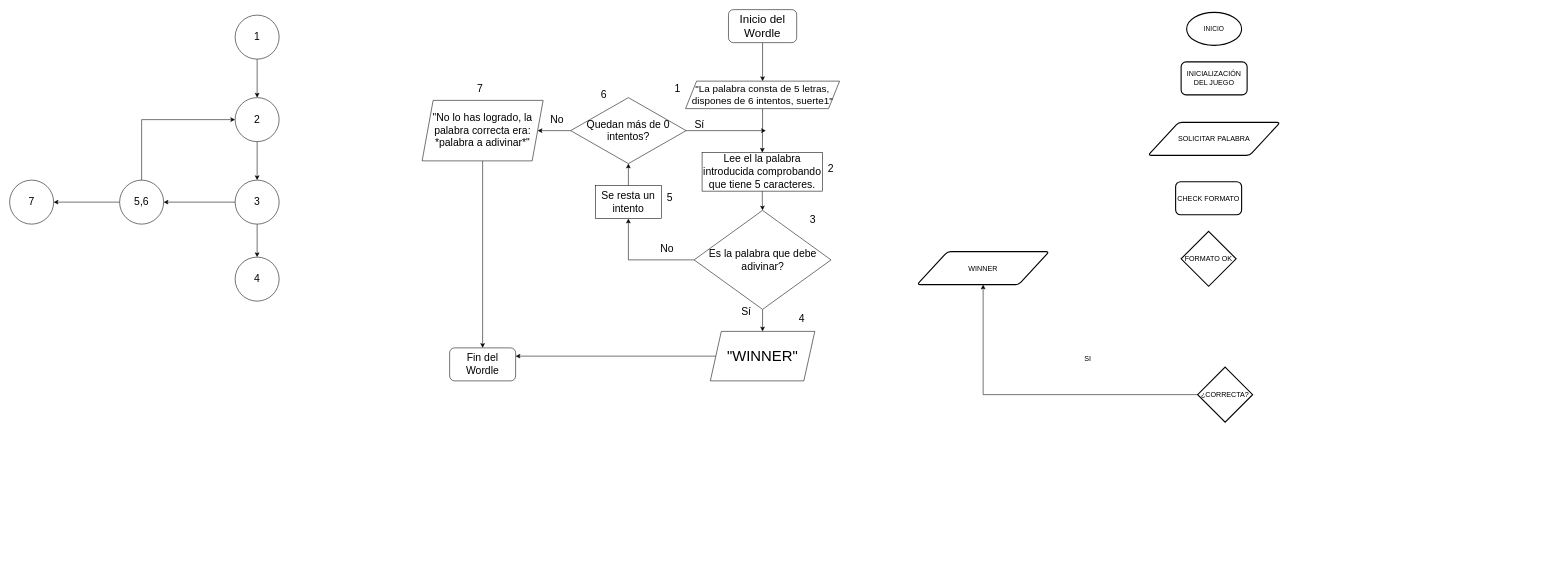
Before: Wordle.drawio in AlejandroMFGithub/FlujoWordle, a draw.io diagram. Source tidied: cells renumbered, new cells numbered last; positions are measured from the earlier drawing's top-left corner, leaving out a move shared by most shapes. Both pictures are drawn from the tidied source at 55%, with x=0, y=0 at pixel (9, 9).
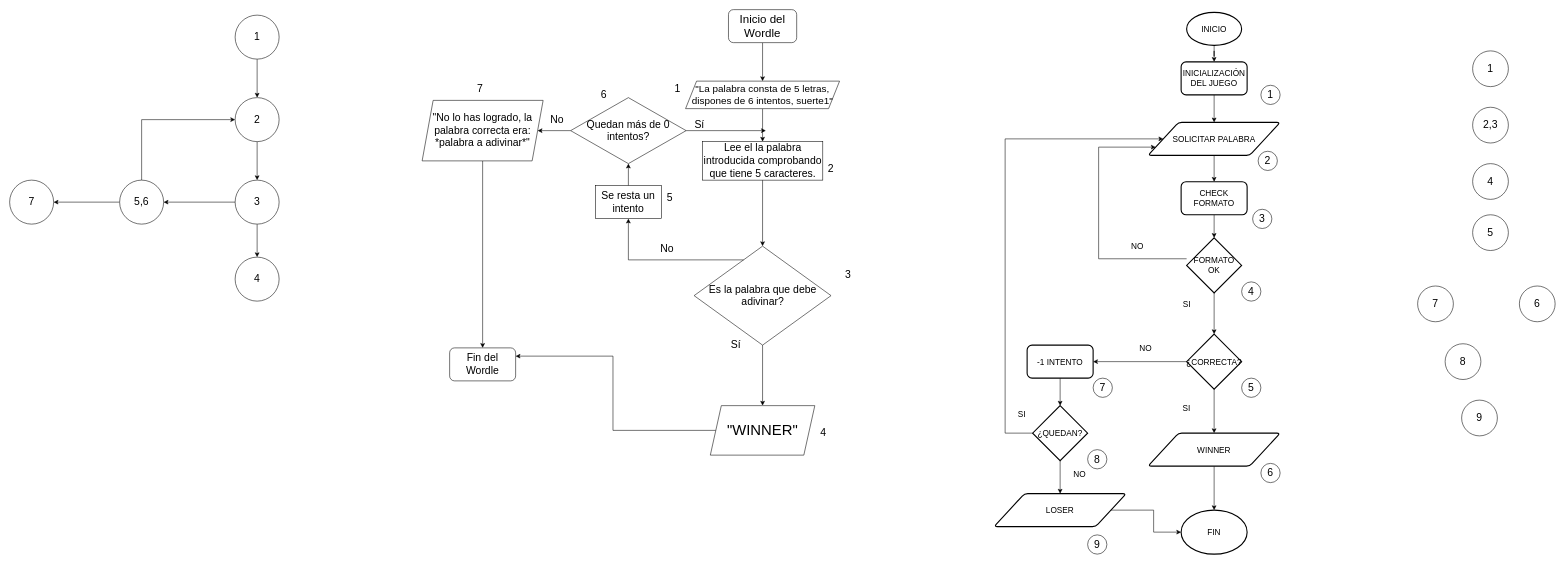
The same page after the edit.

Change to the diagram source:
```diff
@@
     <mxCell id="7" value="&lt;font style=&quot;font-size: 19px;&quot;&gt;Lee el la palabra introducida comprobando que tiene 5 caracteres.&lt;/font&gt;" style="rounded=0;whiteSpace=wrap;html=1;" parent="1" vertex="1">
-      <mxGeometry x="1259" y="260" width="219" height="70" as="geometry" />
+      <mxGeometry x="1259.5" y="240" width="219" height="70" as="geometry" />
     </mxCell>
@@
     <mxCell id="10" value="&lt;font style=&quot;font-size: 19px;&quot;&gt;Es la palabra que debe adivinar?&lt;/font&gt;" style="rhombus;whiteSpace=wrap;html=1;" parent="1" vertex="1">
-      <mxGeometry x="1244.5" y="365" width="249" height="180" as="geometry" />
+      <mxGeometry x="1244.5" y="430" width="249" height="180" as="geometry" />
     </mxCell>
@@
     <mxCell id="24" value="&lt;font style=&quot;font-size: 27px;&quot;&gt;&quot;WINNER&quot;&lt;/font&gt;" style="shape=parallelogram;perimeter=parallelogramPerimeter;whiteSpace=wrap;html=1;fixedSize=1;" parent="1" vertex="1">
-      <mxGeometry x="1274" y="585" width="190" height="90" as="geometry" />
+      <mxGeometry x="1274" y="720" width="190" height="90" as="geometry" />
     </mxCell>
     <mxCell id="25" value="&lt;font style=&quot;font-size: 19px;&quot;&gt;Sí&lt;/font&gt;" style="text;html=1;align=center;verticalAlign=middle;strokeColor=none;fillColor=none;" parent="1" vertex="1">
-      <mxGeometry x="1319" y="530" width="40" height="40" as="geometry" />
+      <mxGeometry x="1300" y="590" width="40" height="40" as="geometry" />
     </mxCell>
@@
     <mxCell id="41" value="&lt;font style=&quot;font-size: 19px;&quot;&gt;3&lt;/font&gt;" style="text;html=1;align=center;verticalAlign=middle;strokeColor=none;fillColor=none;" parent="1" vertex="1">
-      <mxGeometry x="1445" y="363" width="30" height="40" as="geometry" />
+      <mxGeometry x="1509" y="463" width="30" height="40" as="geometry" />
     </mxCell>
     <mxCell id="42" value="&lt;font style=&quot;font-size: 19px;&quot;&gt;4&lt;/font&gt;" style="text;html=1;align=center;verticalAlign=middle;strokeColor=none;fillColor=none;" parent="1" vertex="1">
-      <mxGeometry x="1425" y="543" width="30" height="40" as="geometry" />
+      <mxGeometry x="1464" y="750" width="30" height="40" as="geometry" />
     </mxCell>
@@
+    <mxCell id="55" style="edgeStyle=orthogonalEdgeStyle;rounded=0;jettySize=auto;html=1;fontSize=15;" parent="1" edge="1" source="46" target="47">
+      <mxGeometry relative="1" as="geometry" />
+    </mxCell>
-    <mxCell id="46" value="INICIO" style="strokeWidth=2;html=1;shape=mxgraph.flowchart.start_1;whiteSpace=wrap;" parent="1" vertex="1">
+    <mxCell id="46" value="INICIO" style="strokeWidth=2;html=1;shape=mxgraph.flowchart.start_1;whiteSpace=wrap;fontSize=15;" parent="1" vertex="1">
       <mxGeometry x="2140" y="5" width="100" height="60" as="geometry" />
     </mxCell>
+    <mxCell id="56" style="edgeStyle=orthogonalEdgeStyle;rounded=0;jettySize=auto;html=1;fontSize=15;" parent="1" edge="1" source="47" target="48">
+      <mxGeometry relative="1" as="geometry" />
+    </mxCell>
-    <mxCell id="47" value="INICIALIZACIÓN DEL JUEGO" style="rounded=1;whiteSpace=wrap;html=1;strokeWidth=2;fontSize=13;" parent="1" vertex="1">
+    <mxCell id="47" value="INICIALIZACIÓN DEL JUEGO" style="rounded=1;whiteSpace=wrap;html=1;strokeWidth=2;fontSize=15;" parent="1" vertex="1">
       <mxGeometry x="2130" y="95" width="120" height="60" as="geometry" />
     </mxCell>
+    <mxCell id="57" style="edgeStyle=orthogonalEdgeStyle;rounded=0;jettySize=auto;html=1;fontSize=15;" parent="1" edge="1" source="48" target="53">
+      <mxGeometry relative="1" as="geometry" />
+    </mxCell>
-    <mxCell id="48" value="SOLICITAR PALABRA" style="shape=parallelogram;html=1;strokeWidth=2;perimeter=parallelogramPerimeter;whiteSpace=wrap;rounded=1;arcSize=12;size=0.23;fontSize=13;" parent="1" vertex="1">
+    <mxCell id="48" value="SOLICITAR PALABRA" style="shape=parallelogram;html=1;strokeWidth=2;perimeter=parallelogramPerimeter;whiteSpace=wrap;rounded=1;arcSize=12;size=0.23;fontSize=15;" parent="1" vertex="1">
       <mxGeometry x="2070" y="205" width="240" height="60" as="geometry" />
     </mxCell>
+    <mxCell id="58" style="edgeStyle=orthogonalEdgeStyle;rounded=0;jettySize=auto;html=1;fontSize=15;" parent="1" edge="1" source="50" target="66">
+      <mxGeometry relative="1" as="geometry" />
+    </mxCell>
-    <mxCell id="49" style="edgeStyle=orthogonalEdgeStyle;rounded=0;jettySize=auto;html=1;fontSize=13;" parent="1" edge="1" source="50" target="51">
+    <mxCell id="49" style="edgeStyle=orthogonalEdgeStyle;rounded=0;jettySize=auto;html=1;" parent="1" edge="1" source="50" target="51">
       <mxGeometry relative="1" as="geometry" />
     </mxCell>
-    <mxCell id="50" value="¿CORRECTA?" style="strokeWidth=2;html=1;shape=mxgraph.flowchart.decision;whiteSpace=wrap;fontSize=13;" parent="1" vertex="1">
-      <mxGeometry x="2160" y="650" width="100" height="100" as="geometry" />
+    <mxCell id="50" value="¿CORRECTA?" style="strokeWidth=2;html=1;shape=mxgraph.flowchart.decision;whiteSpace=wrap;fontSize=15;" parent="1" vertex="1">
+      <mxGeometry x="2140" y="590" width="100" height="100" as="geometry" />
     </mxCell>
+    <mxCell id="59" style="edgeStyle=orthogonalEdgeStyle;rounded=0;jettySize=auto;html=1;" parent="1" edge="1" source="51" target="73">
+      <mxGeometry relative="1" as="geometry" />
+    </mxCell>
-    <mxCell id="51" value="WINNER" style="shape=parallelogram;html=1;strokeWidth=2;perimeter=parallelogramPerimeter;whiteSpace=wrap;rounded=1;arcSize=12;size=0.23;fontSize=13;" parent="1" vertex="1">
-      <mxGeometry x="1650" y="440" width="240" height="60" as="geometry" />
+    <mxCell id="51" value="WINNER" style="shape=parallelogram;html=1;strokeWidth=2;perimeter=parallelogramPerimeter;whiteSpace=wrap;rounded=1;arcSize=12;size=0.23;fontSize=15;" parent="1" vertex="1">
+      <mxGeometry x="2070" y="770" width="240" height="60" as="geometry" />
     </mxCell>
-    <mxCell id="52" value="SI" style="text;html=1;align=center;verticalAlign=middle;strokeColor=none;fillColor=none;fontSize=13;" parent="1" vertex="1">
-      <mxGeometry x="1940" y="620" width="40" height="30" as="geometry" />
+    <mxCell id="52" value="SI" style="text;html=1;align=center;verticalAlign=middle;strokeColor=none;fillColor=none;fontSize=15;" parent="1" vertex="1">
+      <mxGeometry x="2120" y="520" width="40" height="30" as="geometry" />
     </mxCell>
+    <mxCell id="60" style="edgeStyle=orthogonalEdgeStyle;rounded=0;jettySize=auto;html=1;fontSize=15;" parent="1" edge="1" source="53" target="54">
+      <mxGeometry relative="1" as="geometry" />
+    </mxCell>
-    <mxCell id="53" value="CHECK FORMATO" style="rounded=1;whiteSpace=wrap;html=1;strokeWidth=2;fontSize=13;" parent="1" vertex="1">
-      <mxGeometry x="2120" y="313" width="120" height="60" as="geometry" />
+    <mxCell id="53" value="CHECK FORMATO" style="rounded=1;whiteSpace=wrap;html=1;strokeWidth=2;fontSize=15;" parent="1" vertex="1">
+      <mxGeometry x="2130" y="313" width="120" height="60" as="geometry" />
     </mxCell>
+    <mxCell id="61" style="edgeStyle=orthogonalEdgeStyle;rounded=0;jettySize=auto;html=1;fontSize=15;" parent="1" edge="1" source="54" target="50">
+      <mxGeometry relative="1" as="geometry" />
+    </mxCell>
+    <mxCell id="62" style="edgeStyle=orthogonalEdgeStyle;rounded=0;jettySize=auto;html=1;fontSize=15;" parent="1" edge="1" source="54" target="48">
+      <mxGeometry relative="1" as="geometry">
+        <Array as="points">
+          <mxPoint x="1980" y="453" />
+          <mxPoint x="1980" y="250" />
+        </Array>
+      </mxGeometry>
+    </mxCell>
-    <mxCell id="54" value="FORMATO OK" style="strokeWidth=2;html=1;shape=mxgraph.flowchart.decision;whiteSpace=wrap;fontSize=13;" parent="1" vertex="1">
-      <mxGeometry x="2130" y="403" width="100" height="100" as="geometry" />
+    <mxCell id="54" value="FORMATO OK" style="strokeWidth=2;html=1;shape=mxgraph.flowchart.decision;whiteSpace=wrap;fontSize=15;" parent="1" vertex="1">
+      <mxGeometry x="2140" y="415" width="100" height="100" as="geometry" />
     </mxCell>
+    <mxCell id="63" value="NO" style="text;html=1;align=center;verticalAlign=middle;strokeColor=none;fillColor=none;fontSize=15;" parent="1" vertex="1">
+      <mxGeometry x="2025" y="415" width="50" height="30" as="geometry" />
+    </mxCell>
+    <mxCell id="64" value="SI" style="text;html=1;strokeColor=none;fillColor=none;align=center;verticalAlign=middle;whiteSpace=wrap;rounded=0;fontSize=15;" parent="1" vertex="1">
+      <mxGeometry x="2110" y="710" width="60" height="30" as="geometry" />
+    </mxCell>
+    <mxCell id="65" style="edgeStyle=orthogonalEdgeStyle;rounded=0;jettySize=auto;html=1;fontSize=15;" parent="1" edge="1" source="66" target="69">
+      <mxGeometry relative="1" as="geometry" />
+    </mxCell>
+    <mxCell id="66" value="-1 INTENTO" style="rounded=1;whiteSpace=wrap;html=1;strokeWidth=2;fontSize=15;" parent="1" vertex="1">
+      <mxGeometry x="1850" y="610" width="120" height="60" as="geometry" />
+    </mxCell>
+    <mxCell id="67" style="edgeStyle=orthogonalEdgeStyle;rounded=0;jettySize=auto;html=1;" parent="1" edge="1" source="69" target="71">
+      <mxGeometry relative="1" as="geometry" />
+    </mxCell>
+    <mxCell id="68" style="edgeStyle=elbowEdgeStyle;rounded=0;jettySize=auto;html=1;" parent="1" edge="1" source="69" target="48">
+      <mxGeometry relative="1" as="geometry">
+        <Array as="points">
+          <mxPoint x="1810" y="680" />
+          <mxPoint x="1830" y="500" />
+        </Array>
+      </mxGeometry>
+    </mxCell>
+    <mxCell id="69" value="¿QUEDAN?" style="strokeWidth=2;html=1;shape=mxgraph.flowchart.decision;whiteSpace=wrap;fontSize=15;" parent="1" vertex="1">
+      <mxGeometry x="1860" y="720" width="100" height="100" as="geometry" />
+    </mxCell>
+    <mxCell id="70" style="edgeStyle=orthogonalEdgeStyle;rounded=0;jettySize=auto;html=1;" parent="1" edge="1" source="71" target="73">
+      <mxGeometry relative="1" as="geometry" />
+    </mxCell>
+    <mxCell id="71" value="LOSER" style="shape=parallelogram;html=1;strokeWidth=2;perimeter=parallelogramPerimeter;whiteSpace=wrap;rounded=1;arcSize=12;size=0.23;fontSize=15;" parent="1" vertex="1">
+      <mxGeometry x="1790" y="880" width="240" height="60" as="geometry" />
+    </mxCell>
+    <mxCell id="72" value="NO" style="text;html=1;align=center;verticalAlign=middle;strokeColor=none;fillColor=none;fontSize=15;" parent="1" vertex="1">
+      <mxGeometry x="2040" y="600" width="50" height="30" as="geometry" />
+    </mxCell>
+    <mxCell id="73" value="FIN" style="ellipse;whiteSpace=wrap;html=1;fontSize=15;strokeWidth=2;" parent="1" vertex="1">
+      <mxGeometry x="2130" y="910" width="120" height="80" as="geometry" />
+    </mxCell>
+    <mxCell id="74" value="SI" style="text;html=1;align=center;verticalAlign=middle;strokeColor=none;fillColor=none;fontSize=15;" parent="1" vertex="1">
+      <mxGeometry x="1820" y="720" width="40" height="30" as="geometry" />
+    </mxCell>
+    <mxCell id="75" value="NO" style="text;html=1;align=center;verticalAlign=middle;strokeColor=none;fillColor=none;fontSize=15;" parent="1" vertex="1">
+      <mxGeometry x="1920" y="830" width="50" height="30" as="geometry" />
+    </mxCell>
+    <mxCell id="76" value="1" style="ellipse;whiteSpace=wrap;html=1;fontSize=19;" parent="1" vertex="1">
+      <mxGeometry x="2660" y="75" width="65" height="65" as="geometry" />
+    </mxCell>
+    <mxCell id="77" value="2,3" style="ellipse;whiteSpace=wrap;html=1;fontSize=19;" parent="1" vertex="1">
+      <mxGeometry x="2660" y="177.5" width="65" height="65" as="geometry" />
+    </mxCell>
+    <mxCell id="78" value="1" style="ellipse;whiteSpace=wrap;html=1;fontSize=19;" parent="1" vertex="1">
+      <mxGeometry x="2275" y="137.5" width="35" height="35" as="geometry" />
+    </mxCell>
+    <mxCell id="79" value="2" style="ellipse;whiteSpace=wrap;html=1;fontSize=19;" parent="1" vertex="1">
+      <mxGeometry x="2270" y="257.5" width="35" height="35" as="geometry" />
+    </mxCell>
+    <mxCell id="80" value="3" style="ellipse;whiteSpace=wrap;html=1;fontSize=19;" parent="1" vertex="1">
+      <mxGeometry x="2260" y="363" width="35" height="35" as="geometry" />
+    </mxCell>
+    <mxCell id="81" value="4" style="ellipse;whiteSpace=wrap;html=1;fontSize=19;" parent="1" vertex="1">
+      <mxGeometry x="2240" y="495" width="35" height="35" as="geometry" />
+    </mxCell>
+    <mxCell id="82" value="5" style="ellipse;whiteSpace=wrap;html=1;fontSize=19;" parent="1" vertex="1">
+      <mxGeometry x="2240" y="670" width="35" height="35" as="geometry" />
+    </mxCell>
+    <mxCell id="83" value="6" style="ellipse;whiteSpace=wrap;html=1;fontSize=19;" parent="1" vertex="1">
+      <mxGeometry x="2275" y="825" width="35" height="35" as="geometry" />
+    </mxCell>
+    <mxCell id="84" value="7" style="ellipse;whiteSpace=wrap;html=1;fontSize=19;" parent="1" vertex="1">
+      <mxGeometry x="1970" y="670" width="35" height="35" as="geometry" />
+    </mxCell>
+    <mxCell id="85" value="8" style="ellipse;whiteSpace=wrap;html=1;fontSize=19;" parent="1" vertex="1">
+      <mxGeometry x="1960" y="800" width="35" height="35" as="geometry" />
+    </mxCell>
+    <mxCell id="86" value="9" style="ellipse;whiteSpace=wrap;html=1;fontSize=19;" parent="1" vertex="1">
+      <mxGeometry x="1960" y="955" width="35" height="35" as="geometry" />
+    </mxCell>
+    <mxCell id="87" value="4" style="ellipse;whiteSpace=wrap;html=1;fontSize=19;" parent="1" vertex="1">
+      <mxGeometry x="2660" y="280" width="65" height="65" as="geometry" />
+    </mxCell>
+    <mxCell id="88" value="5" style="ellipse;whiteSpace=wrap;html=1;fontSize=19;" parent="1" vertex="1">
+      <mxGeometry x="2660" y="373" width="65" height="65" as="geometry" />
+    </mxCell>
+    <mxCell id="89" value="6" style="ellipse;whiteSpace=wrap;html=1;fontSize=19;" parent="1" vertex="1">
+      <mxGeometry x="2745" y="502.5" width="65" height="65" as="geometry" />
+    </mxCell>
+    <mxCell id="90" value="7" style="ellipse;whiteSpace=wrap;html=1;fontSize=19;" parent="1" vertex="1">
+      <mxGeometry x="2560" y="502.5" width="65" height="65" as="geometry" />
+    </mxCell>
+    <mxCell id="91" value="8" style="ellipse;whiteSpace=wrap;html=1;fontSize=19;" parent="1" vertex="1">
+      <mxGeometry x="2610" y="607.5" width="65" height="65" as="geometry" />
+    </mxCell>
+    <mxCell id="92" value="9" style="ellipse;whiteSpace=wrap;html=1;fontSize=19;" parent="1" vertex="1">
+      <mxGeometry x="2640" y="710" width="65" height="65" as="geometry" />
+    </mxCell>
```
